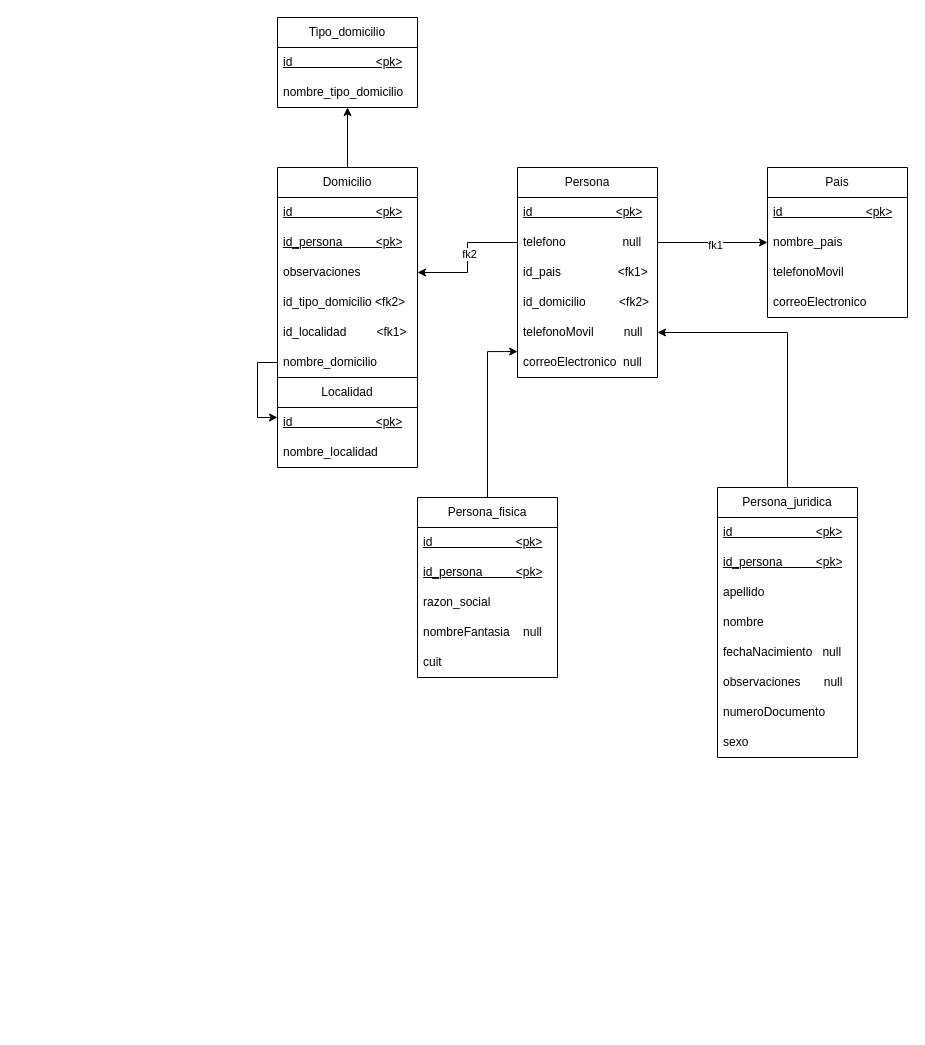
Above: UmlFisico/Practicas/Practica4_clases.drawio in Logan6422/UMLDiagrams (draw.io), before the change. Source tidied: cells renumbered, new cells numbered last; positions are measured from the earlier drawing's top-left corner, leaving out a move shared by most shapes. Both pictures are drawn from the tidied source at 100%, with x=0, y=0 at pixel (277, 17).
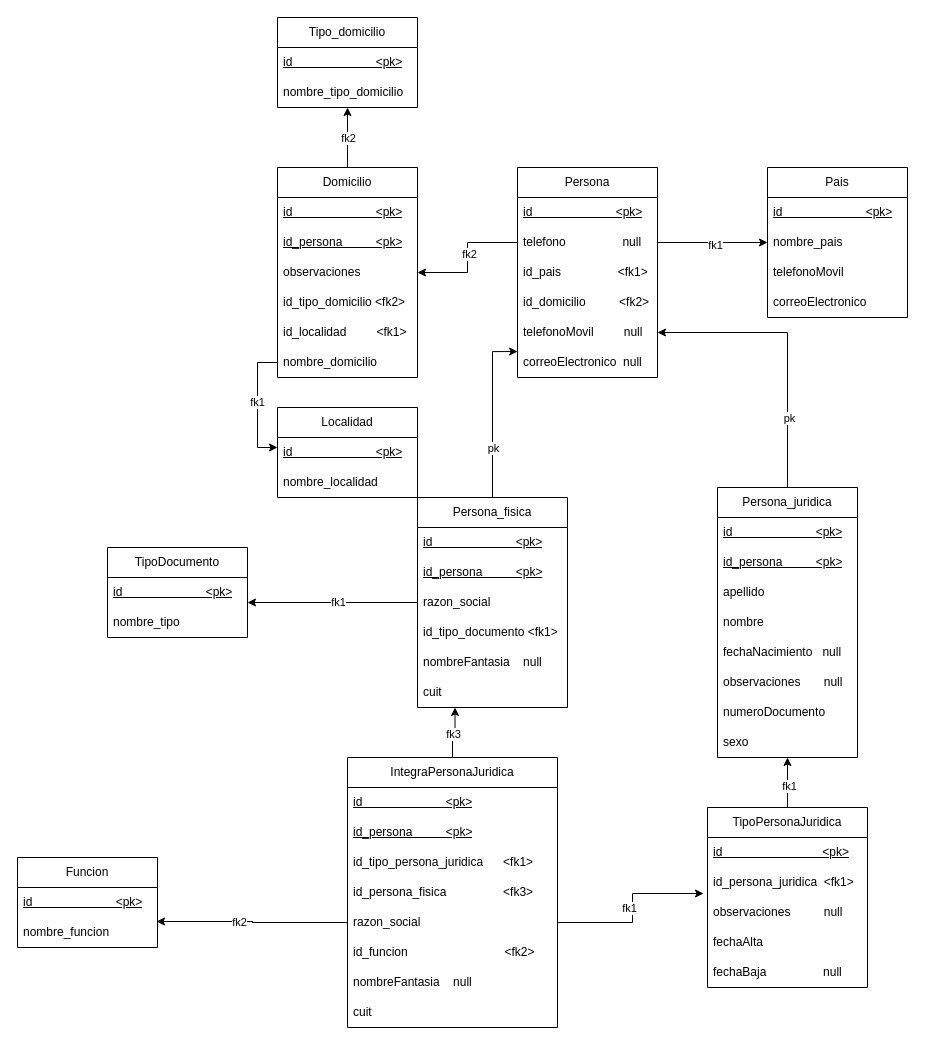
The same diagram, later.

Commit message:
finished_Practica_4_clases

Unchanged cells that the change refers to:
```xml
<mxCell id="28" style="edgeStyle=orthogonalEdgeStyle;rounded=0;jettySize=auto;html=1;entryX=0;entryY=0.333;entryDx=0;entryDy=0;entryPerimeter=0;" parent="1" edge="1" source="22" target="26">
  <mxGeometry relative="1" as="geometry" />
</mxCell>
<mxCell id="32" style="edgeStyle=orthogonalEdgeStyle;rounded=0;jettySize=auto;html=1;entryX=0.5;entryY=1;entryDx=0;entryDy=0;entryPerimeter=0;" parent="1" edge="1" source="16" target="31">
  <mxGeometry relative="1" as="geometry" />
</mxCell>
<mxCell id="39" style="edgeStyle=orthogonalEdgeStyle;rounded=0;jettySize=auto;html=1;entryX=1;entryY=0.5;entryDx=0;entryDy=0;" parent="1" edge="1" source="40" target="7">
  <mxGeometry relative="1" as="geometry" />
</mxCell>
<mxCell id="40" value="Persona_juridica" style="swimlane;fontStyle=0;horizontal=1;startSize=30;whiteSpace=wrap;html=1;" parent="1" vertex="1">
  <mxGeometry x="440" y="470" width="140" height="270" as="geometry" />
</mxCell>
<mxCell id="49" style="edgeStyle=orthogonalEdgeStyle;rounded=0;jettySize=auto;html=1;entryX=0.001;entryY=0.135;entryDx=0;entryDy=0;entryPerimeter=0;" parent="1" edge="1" source="33" target="8">
  <mxGeometry relative="1" as="geometry" />
</mxCell>
```

Change to the diagram source:
```diff
@@
     <mxCell id="25" value="Localidad" style="swimlane;fontStyle=0;horizontal=1;startSize=30;whiteSpace=wrap;html=1;" parent="1" vertex="1">
-      <mxGeometry y="360" width="140" height="90" as="geometry" />
+      <mxGeometry y="390" width="140" height="90" as="geometry" />
     </mxCell>
@@
+    <mxCell id="50" value="fk1" style="edgeLabel;html=1;align=center;verticalAlign=middle;" parent="28" vertex="1">
+      <mxGeometry x="-0.05" y="-1" relative="1" as="geometry" />
+    </mxCell>
@@
+    <mxCell id="51" value="fk2" style="edgeLabel;html=1;align=center;verticalAlign=middle;" parent="32" vertex="1">
+      <mxGeometry relative="1" as="geometry" />
+    </mxCell>
     <mxCell id="33" value="Persona_fisica" style="swimlane;fontStyle=0;horizontal=1;startSize=30;whiteSpace=wrap;html=1;" parent="1" vertex="1">
-      <mxGeometry x="140" y="480" width="140" height="180" as="geometry" />
+      <mxGeometry x="140" y="480" width="150" height="210" as="geometry" />
     </mxCell>
     <mxCell id="34" value="&lt;u&gt;id&amp;nbsp;&amp;nbsp;&amp;nbsp;&amp;nbsp;&amp;nbsp;&amp;nbsp;&amp;nbsp;&amp;nbsp;&amp;nbsp;&amp;nbsp;&amp;nbsp;&amp;nbsp;&amp;nbsp;&amp;nbsp;&amp;nbsp;&amp;nbsp;&amp;nbsp;&amp;nbsp;&amp;nbsp;&amp;nbsp;&amp;nbsp;&amp;nbsp;&amp;nbsp;&amp;nbsp; &amp;lt;pk&amp;gt;&lt;/u&gt;" style="text;strokeColor=none;fillColor=none;align=left;verticalAlign=middle;spacingLeft=4;spacingRight=4;overflow=hidden;whiteSpace=wrap;html=1;" parent="33" vertex="1">
-      <mxGeometry y="30" width="140" height="30" as="geometry" />
+      <mxGeometry y="30" width="150" height="30" as="geometry" />
     </mxCell>
     <mxCell id="35" value="&lt;u&gt;id_persona &amp;nbsp; &amp;nbsp;&amp;nbsp;&amp;nbsp;&amp;nbsp;&amp;nbsp;&amp;nbsp; &amp;lt;pk&amp;gt;&lt;/u&gt;" style="text;strokeColor=none;fillColor=none;align=left;verticalAlign=middle;spacingLeft=4;spacingRight=4;overflow=hidden;whiteSpace=wrap;html=1;" parent="33" vertex="1">
-      <mxGeometry y="60" width="140" height="30" as="geometry" />
+      <mxGeometry y="60" width="150" height="30" as="geometry" />
     </mxCell>
     <mxCell id="36" value="razon_social&amp;nbsp;&amp;nbsp;&amp;nbsp;&amp;nbsp;&amp;nbsp; " style="text;strokeColor=none;fillColor=none;align=left;verticalAlign=middle;spacingLeft=4;spacingRight=4;overflow=hidden;points=[[0,0.5],[1,0.5]];portConstraint=eastwest;whiteSpace=wrap;html=1;" parent="33" vertex="1">
-      <mxGeometry y="90" width="140" height="30" as="geometry" />
+      <mxGeometry y="90" width="150" height="30" as="geometry" />
     </mxCell>
+    <mxCell id="52" value="id_tipo_documento &amp;lt;fk1&amp;gt;" style="text;strokeColor=none;fillColor=none;align=left;verticalAlign=middle;spacingLeft=4;spacingRight=4;overflow=hidden;whiteSpace=wrap;html=1;" parent="33" vertex="1">
+      <mxGeometry y="120" width="150" height="30" as="geometry" />
+    </mxCell>
     <mxCell id="37" value="nombreFantasia&amp;nbsp;&amp;nbsp;&amp;nbsp; null" style="text;strokeColor=none;fillColor=none;align=left;verticalAlign=middle;spacingLeft=4;spacingRight=4;overflow=hidden;whiteSpace=wrap;html=1;" parent="33" vertex="1">
-      <mxGeometry y="120" width="140" height="30" as="geometry" />
+      <mxGeometry y="150" width="150" height="30" as="geometry" />
     </mxCell>
     <mxCell id="38" value="cuit" style="text;strokeColor=none;fillColor=none;align=left;verticalAlign=middle;spacingLeft=4;spacingRight=4;overflow=hidden;whiteSpace=wrap;html=1;" parent="33" vertex="1">
-      <mxGeometry y="150" width="140" height="30" as="geometry" />
+      <mxGeometry y="180" width="150" height="30" as="geometry" />
     </mxCell>
@@
+    <mxCell id="53" value="pk" style="edgeLabel;html=1;align=center;verticalAlign=middle;" parent="39" vertex="1">
+      <mxGeometry x="-0.51" y="-1" relative="1" as="geometry" />
+    </mxCell>
@@
+    <mxCell id="54" value="pk" style="edgeLabel;html=1;align=center;verticalAlign=middle;" parent="49" vertex="1">
+      <mxGeometry x="-0.42" relative="1" as="geometry" />
+    </mxCell>
+    <mxCell id="55" style="edgeStyle=orthogonalEdgeStyle;rounded=0;jettySize=auto;html=1;entryX=0.5;entryY=1;entryDx=0;entryDy=0;" parent="1" edge="1" source="57" target="40">
+      <mxGeometry relative="1" as="geometry" />
+    </mxCell>
+    <mxCell id="56" value="fk1" style="edgeLabel;html=1;align=center;verticalAlign=middle;" parent="55" vertex="1">
+      <mxGeometry x="-0.12" y="-1" relative="1" as="geometry" />
+    </mxCell>
+    <mxCell id="57" value="TipoPersonaJuridica" style="swimlane;fontStyle=0;horizontal=1;startSize=30;whiteSpace=wrap;html=1;" parent="1" vertex="1">
+      <mxGeometry x="430" y="790" width="160" height="180" as="geometry" />
+    </mxCell>
+    <mxCell id="58" value="&lt;u&gt;id&amp;nbsp;&amp;nbsp;&amp;nbsp;&amp;nbsp;&amp;nbsp;&amp;nbsp;&amp;nbsp;&amp;nbsp;&amp;nbsp;&amp;nbsp;&amp;nbsp;&amp;nbsp;&amp;nbsp;&amp;nbsp;&amp;nbsp;&amp;nbsp;&amp;nbsp;&amp;nbsp;&amp;nbsp;&amp;nbsp;&amp;nbsp;&amp;nbsp;&amp;nbsp;&amp;nbsp;&amp;nbsp;&amp;nbsp;&amp;nbsp;&amp;nbsp;&amp;nbsp; &amp;lt;pk&amp;gt;&lt;/u&gt;" style="text;strokeColor=none;fillColor=none;align=left;verticalAlign=middle;spacingLeft=4;spacingRight=4;overflow=hidden;whiteSpace=wrap;html=1;" parent="57" vertex="1">
+      <mxGeometry y="30" width="160" height="30" as="geometry" />
+    </mxCell>
+    <mxCell id="59" value="id_persona_juridica&amp;nbsp; &amp;lt;fk1&amp;gt;" style="text;strokeColor=none;fillColor=none;align=left;verticalAlign=middle;spacingLeft=4;spacingRight=4;overflow=hidden;points=[[0,0.5],[1,0.5]];portConstraint=eastwest;whiteSpace=wrap;html=1;" parent="57" vertex="1">
+      <mxGeometry y="60" width="160" height="30" as="geometry" />
+    </mxCell>
+    <mxCell id="60" value="observaciones&amp;nbsp;&amp;nbsp;&amp;nbsp;&amp;nbsp;&amp;nbsp;&amp;nbsp;&amp;nbsp;&amp;nbsp;&amp;nbsp; null" style="text;strokeColor=none;fillColor=none;align=left;verticalAlign=middle;spacingLeft=4;spacingRight=4;overflow=hidden;whiteSpace=wrap;html=1;" parent="57" vertex="1">
+      <mxGeometry y="90" width="160" height="30" as="geometry" />
+    </mxCell>
+    <mxCell id="61" value="fechaAlta&amp;nbsp;&amp;nbsp;&amp;nbsp;&amp;nbsp;&amp;nbsp;&amp;nbsp;&amp;nbsp;&amp;nbsp;&amp;nbsp;&amp;nbsp;&amp;nbsp;&amp;nbsp;&amp;nbsp;&amp;nbsp;&amp;nbsp;&amp;nbsp; " style="text;strokeColor=none;fillColor=none;align=left;verticalAlign=middle;spacingLeft=4;spacingRight=4;overflow=hidden;whiteSpace=wrap;html=1;" parent="57" vertex="1">
+      <mxGeometry y="120" width="160" height="30" as="geometry" />
+    </mxCell>
+    <mxCell id="62" value="fechaBaja&amp;nbsp;&amp;nbsp;&amp;nbsp;&amp;nbsp;&amp;nbsp;&amp;nbsp;&amp;nbsp;&amp;nbsp;&amp;nbsp;&amp;nbsp;&amp;nbsp;&amp;nbsp;&amp;nbsp;&amp;nbsp;&amp;nbsp;&amp;nbsp; null" style="text;strokeColor=none;fillColor=none;align=left;verticalAlign=middle;spacingLeft=4;spacingRight=4;overflow=hidden;whiteSpace=wrap;html=1;" parent="57" vertex="1">
+      <mxGeometry y="150" width="160" height="30" as="geometry" />
+    </mxCell>
+    <mxCell id="63" style="edgeStyle=orthogonalEdgeStyle;rounded=0;jettySize=auto;html=1;entryX=0.25;entryY=1;entryDx=0;entryDy=0;" parent="1" edge="1" source="65" target="33">
+      <mxGeometry relative="1" as="geometry" />
+    </mxCell>
+    <mxCell id="64" value="fk3" style="edgeLabel;html=1;align=center;verticalAlign=middle;" parent="63" vertex="1">
+      <mxGeometry x="-0.05" y="-1" relative="1" as="geometry" />
+    </mxCell>
+    <mxCell id="65" value="IntegraPersonaJuridica" style="swimlane;fontStyle=0;horizontal=1;startSize=30;whiteSpace=wrap;html=1;" parent="1" vertex="1">
+      <mxGeometry x="70" y="740" width="210" height="270" as="geometry" />
+    </mxCell>
+    <mxCell id="66" value="&lt;u&gt;id&amp;nbsp;&amp;nbsp;&amp;nbsp;&amp;nbsp;&amp;nbsp;&amp;nbsp;&amp;nbsp;&amp;nbsp;&amp;nbsp;&amp;nbsp;&amp;nbsp;&amp;nbsp;&amp;nbsp;&amp;nbsp;&amp;nbsp;&amp;nbsp;&amp;nbsp;&amp;nbsp;&amp;nbsp;&amp;nbsp;&amp;nbsp;&amp;nbsp;&amp;nbsp;&amp;nbsp; &amp;lt;pk&amp;gt;&lt;/u&gt;" style="text;strokeColor=none;fillColor=none;align=left;verticalAlign=middle;spacingLeft=4;spacingRight=4;overflow=hidden;whiteSpace=wrap;html=1;" parent="65" vertex="1">
+      <mxGeometry y="30" width="210" height="30" as="geometry" />
+    </mxCell>
+    <mxCell id="67" value="&lt;u&gt;id_persona &amp;nbsp; &amp;nbsp;&amp;nbsp;&amp;nbsp;&amp;nbsp;&amp;nbsp;&amp;nbsp; &amp;lt;pk&amp;gt;&lt;/u&gt;" style="text;strokeColor=none;fillColor=none;align=left;verticalAlign=middle;spacingLeft=4;spacingRight=4;overflow=hidden;whiteSpace=wrap;html=1;" parent="65" vertex="1">
+      <mxGeometry y="60" width="210" height="30" as="geometry" />
+    </mxCell>
+    <mxCell id="68" value="id_tipo_persona_juridica&amp;nbsp;&amp;nbsp;&amp;nbsp;&amp;nbsp;&amp;nbsp; &amp;lt;fk1&amp;gt;" style="text;strokeColor=none;fillColor=none;align=left;verticalAlign=middle;spacingLeft=4;spacingRight=4;overflow=hidden;whiteSpace=wrap;html=1;" parent="65" vertex="1">
+      <mxGeometry y="90" width="210" height="30" as="geometry" />
+    </mxCell>
+    <mxCell id="69" value="id_persona_fisica &amp;nbsp;&amp;nbsp; &amp;nbsp; &amp;nbsp; &amp;nbsp; &amp;nbsp; &amp;nbsp; &amp;nbsp;&amp;nbsp; &amp;lt;fk3&amp;gt;" style="text;strokeColor=none;fillColor=none;align=left;verticalAlign=middle;spacingLeft=4;spacingRight=4;overflow=hidden;whiteSpace=wrap;html=1;" parent="65" vertex="1">
+      <mxGeometry y="120" width="210" height="30" as="geometry" />
+    </mxCell>
+    <mxCell id="70" value="razon_social&amp;nbsp;&amp;nbsp;&amp;nbsp;&amp;nbsp;&amp;nbsp; " style="text;strokeColor=none;fillColor=none;align=left;verticalAlign=middle;spacingLeft=4;spacingRight=4;overflow=hidden;points=[[0,0.5],[1,0.5]];portConstraint=eastwest;whiteSpace=wrap;html=1;" parent="65" vertex="1">
+      <mxGeometry y="150" width="210" height="30" as="geometry" />
+    </mxCell>
+    <mxCell id="71" value="id_funcion&amp;nbsp;&amp;nbsp;&amp;nbsp;&amp;nbsp;&amp;nbsp;&amp;nbsp;&amp;nbsp;&amp;nbsp;&amp;nbsp;&amp;nbsp;&amp;nbsp;&amp;nbsp; &amp;nbsp; &amp;nbsp; &amp;nbsp; &amp;nbsp; &amp;nbsp; &amp;nbsp; &amp;nbsp; &amp;nbsp; &amp;lt;fk2&amp;gt;" style="text;strokeColor=none;fillColor=none;align=left;verticalAlign=middle;spacingLeft=4;spacingRight=4;overflow=hidden;whiteSpace=wrap;html=1;" parent="65" vertex="1">
+      <mxGeometry y="180" width="210" height="30" as="geometry" />
+    </mxCell>
+    <mxCell id="72" value="nombreFantasia&amp;nbsp;&amp;nbsp;&amp;nbsp; null" style="text;strokeColor=none;fillColor=none;align=left;verticalAlign=middle;spacingLeft=4;spacingRight=4;overflow=hidden;whiteSpace=wrap;html=1;" parent="65" vertex="1">
+      <mxGeometry y="210" width="210" height="30" as="geometry" />
+    </mxCell>
+    <mxCell id="73" value="cuit" style="text;strokeColor=none;fillColor=none;align=left;verticalAlign=middle;spacingLeft=4;spacingRight=4;overflow=hidden;whiteSpace=wrap;html=1;" parent="65" vertex="1">
+      <mxGeometry y="240" width="210" height="30" as="geometry" />
+    </mxCell>
+    <mxCell id="74" value="Funcion" style="swimlane;fontStyle=0;horizontal=1;startSize=30;whiteSpace=wrap;html=1;" parent="1" vertex="1">
+      <mxGeometry x="-260" y="840" width="140" height="90" as="geometry" />
+    </mxCell>
+    <mxCell id="75" value="&lt;u&gt;id&amp;nbsp;&amp;nbsp;&amp;nbsp;&amp;nbsp;&amp;nbsp;&amp;nbsp;&amp;nbsp;&amp;nbsp;&amp;nbsp;&amp;nbsp;&amp;nbsp;&amp;nbsp;&amp;nbsp;&amp;nbsp;&amp;nbsp;&amp;nbsp;&amp;nbsp;&amp;nbsp;&amp;nbsp;&amp;nbsp;&amp;nbsp;&amp;nbsp;&amp;nbsp;&amp;nbsp; &amp;lt;pk&amp;gt;&lt;/u&gt;" style="text;strokeColor=none;fillColor=none;align=left;verticalAlign=middle;spacingLeft=4;spacingRight=4;overflow=hidden;whiteSpace=wrap;html=1;" parent="74" vertex="1">
+      <mxGeometry y="30" width="140" height="30" as="geometry" />
+    </mxCell>
+    <mxCell id="76" value="nombre_funcion" style="text;strokeColor=none;fillColor=none;align=left;verticalAlign=middle;spacingLeft=4;spacingRight=4;overflow=hidden;points=[[0,0.5],[1,0.5]];portConstraint=eastwest;whiteSpace=wrap;html=1;" parent="74" vertex="1">
+      <mxGeometry y="60" width="140" height="30" as="geometry" />
+    </mxCell>
+    <mxCell id="77" value="TipoDocumento" style="swimlane;fontStyle=0;horizontal=1;startSize=30;whiteSpace=wrap;html=1;" parent="1" vertex="1">
+      <mxGeometry x="-170" y="530" width="140" height="90" as="geometry" />
+    </mxCell>
+    <mxCell id="78" value="&lt;u&gt;id&amp;nbsp;&amp;nbsp;&amp;nbsp;&amp;nbsp;&amp;nbsp;&amp;nbsp;&amp;nbsp;&amp;nbsp;&amp;nbsp;&amp;nbsp;&amp;nbsp;&amp;nbsp;&amp;nbsp;&amp;nbsp;&amp;nbsp;&amp;nbsp;&amp;nbsp;&amp;nbsp;&amp;nbsp;&amp;nbsp;&amp;nbsp;&amp;nbsp;&amp;nbsp;&amp;nbsp; &amp;lt;pk&amp;gt;&lt;/u&gt;" style="text;strokeColor=none;fillColor=none;align=left;verticalAlign=middle;spacingLeft=4;spacingRight=4;overflow=hidden;points=[[0,0.5],[1,0.5]];portConstraint=eastwest;whiteSpace=wrap;html=1;" parent="77" vertex="1">
+      <mxGeometry y="30" width="140" height="30" as="geometry" />
+    </mxCell>
+    <mxCell id="79" value="nombre_tipo" style="text;strokeColor=none;fillColor=none;align=left;verticalAlign=middle;spacingLeft=4;spacingRight=4;overflow=hidden;whiteSpace=wrap;html=1;" parent="77" vertex="1">
+      <mxGeometry y="60" width="140" height="30" as="geometry" />
+    </mxCell>
+    <mxCell id="80" style="edgeStyle=orthogonalEdgeStyle;rounded=0;jettySize=auto;html=1;entryX=-0.025;entryY=0.867;entryDx=0;entryDy=0;entryPerimeter=0;" parent="1" edge="1" source="70" target="59">
+      <mxGeometry relative="1" as="geometry" />
+    </mxCell>
+    <mxCell id="81" value="fk1" style="edgeLabel;html=1;align=center;verticalAlign=middle;" parent="80" vertex="1">
+      <mxGeometry x="0.03" y="4" relative="1" as="geometry" />
+    </mxCell>
+    <mxCell id="82" style="edgeStyle=orthogonalEdgeStyle;rounded=0;jettySize=auto;html=1;entryX=0.993;entryY=0.133;entryDx=0;entryDy=0;entryPerimeter=0;" parent="1" edge="1" source="70" target="76">
+      <mxGeometry relative="1" as="geometry" />
+    </mxCell>
+    <mxCell id="83" value="fk2" style="edgeLabel;html=1;align=center;verticalAlign=middle;" parent="82" vertex="1">
+      <mxGeometry x="0.14" y="1" relative="1" as="geometry" />
+    </mxCell>
+    <mxCell id="84" style="edgeStyle=orthogonalEdgeStyle;rounded=0;jettySize=auto;html=1;entryX=1;entryY=0.833;entryDx=0;entryDy=0;entryPerimeter=0;" parent="1" edge="1" source="36" target="78">
+      <mxGeometry relative="1" as="geometry" />
+    </mxCell>
+    <mxCell id="85" value="fk1" style="edgeLabel;html=1;align=center;verticalAlign=middle;" parent="84" vertex="1">
+      <mxGeometry x="-0.32" y="4" relative="1" as="geometry">
+        <mxPoint x="-22" y="-4" as="offset" />
+      </mxGeometry>
+    </mxCell>
```
